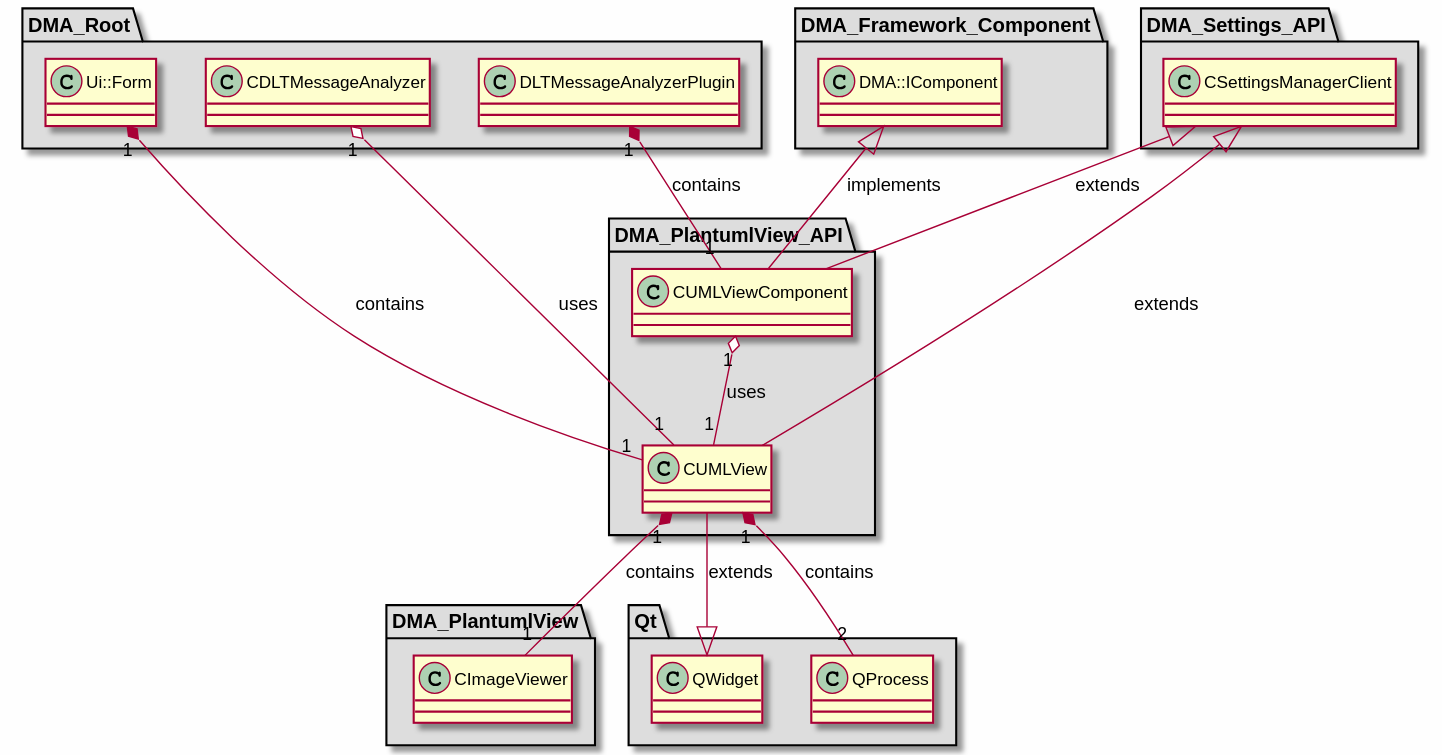
Before: md/dev_docs/puml/DMA_PlantumlView_API.svg, a diagram exported from PlantUML (svlad-90/DLT-Message-Analyzer).
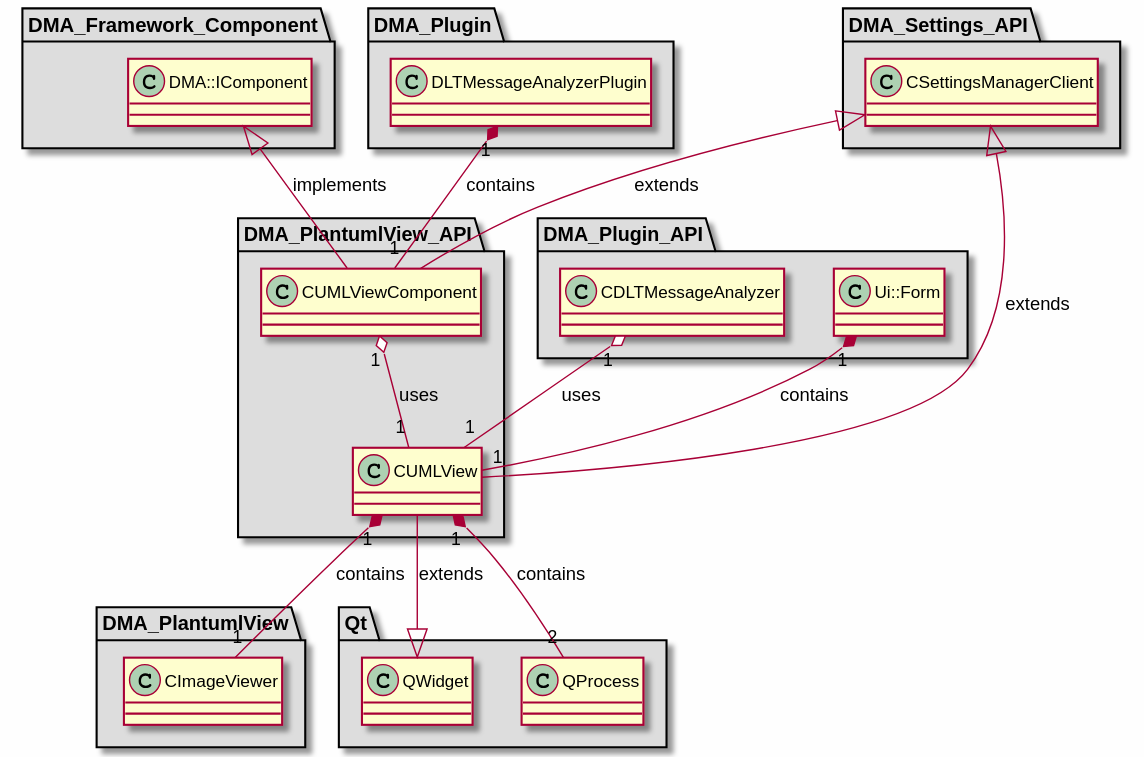
The same diagram one commit later.

What changed in the source:
```diff
@@ -33,14 +33,19 @@
 
 }
 
-package "DMA_Root" #DDDDDD
+package "DMA_Plugin" #DDDDDD
+{
+
+class "DLTMessageAnalyzerPlugin"
+{
+}
+
+}
+
+package "DMA_Plugin_API" #DDDDDD
 {
 
 class "CDLTMessageAnalyzer"
-{
-}
-
-class "DLTMessageAnalyzerPlugin"
 {
 }
 
@@ -80,8 +85,8 @@
 CUMLView "1" *-- "1" CImageViewer : contains
 CUMLView "1" *-- "2" QProcess : contains
 CUMLViewComponent "1" o-- "1" CUMLView : uses
+DLTMessageAnalyzerPlugin "1" *-- "1" CUMLViewComponent : contains
 CDLTMessageAnalyzer "1" o-- "1" CUMLView : uses
-DLTMessageAnalyzerPlugin "1" *-- "1" CUMLViewComponent : contains
 Ui::Form "1" *-- "1" CUMLView : contains
 
 @enduml
```
